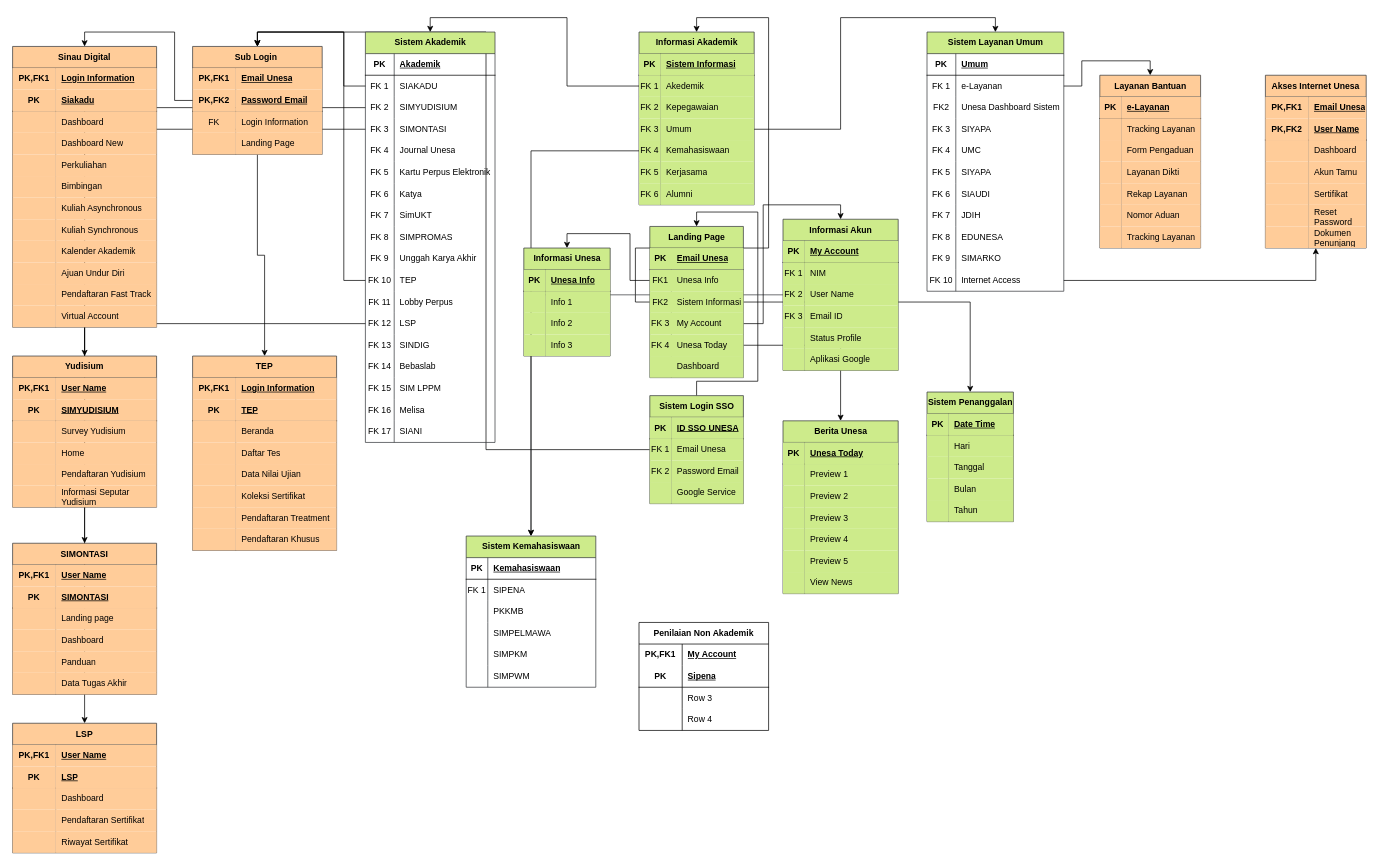
ahmad-fawaid/Systems-course-Accounting keeps this draw.io diagram as SSO.Model.drawio. Above is the earlier version. Source tidied: cells renumbered, new cells numbered last; positions are measured from the earlier drawing's top-left corner, leaving out a move shared by most shapes. Both pictures are drawn from the tidied source at 72%, with x=0, y=0 at pixel (12, 32).
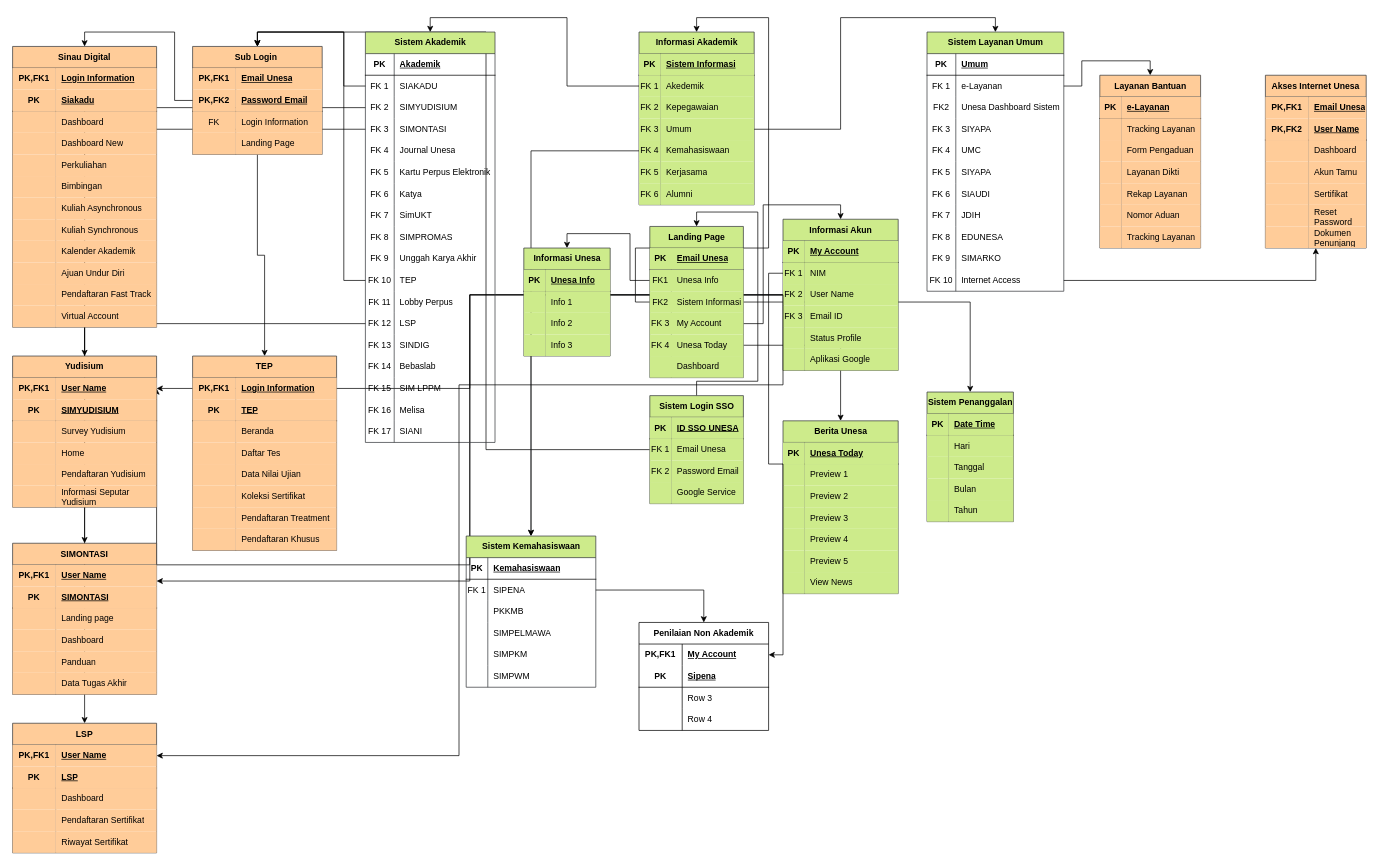
Above is the later version.

The change refers to these unchanged cells:
```xml
<mxCell id="98" value="Informasi Akun" style="shape=table;startSize=30;childLayout=tableLayout;rowLines=0;fontStyle=1;align=center;html=1;fillStyle=solid;fillColor=#cdeb8b;strokeColor=#36393d;" parent="1" vertex="1">
  <mxGeometry x="1070" y="260" width="160" height="210" as="geometry" />
</mxCell>
<mxCell id="102" style="shape=tableRow;horizontal=0;startSize=0;swimlaneHead=0;swimlaneBody=0;fillColor=none;points=[[0,0.5],[1,0.5]];portConstraint=eastwest;top=0;left=0;right=0;bottom=0;" parent="98" vertex="1">
  <mxGeometry y="60" width="160" height="30" as="geometry" />
</mxCell>
<mxCell id="105" style="shape=tableRow;horizontal=0;startSize=0;swimlaneHead=0;swimlaneBody=0;fillColor=none;points=[[0,0.5],[1,0.5]];portConstraint=eastwest;top=0;left=0;right=0;bottom=0;" parent="98" vertex="1">
  <mxGeometry y="90" width="160" height="30" as="geometry" />
</mxCell>
<mxCell id="197" style="shape=tableRow;horizontal=0;startSize=0;swimlaneHead=0;swimlaneBody=0;fillColor=none;points=[[0,0.5],[1,0.5]];portConstraint=eastwest;top=0;left=0;right=0;bottom=0;html=1;" parent="196" vertex="1">
  <mxGeometry y="30" width="200" height="30" as="geometry" />
</mxCell>
<mxCell id="215" value="SIMONTASI" style="shape=table;startSize=30;childLayout=tableLayout;rowLines=0;fontStyle=1;align=center;html=1;whiteSpace=wrap;fillColor=#ffcc99;strokeColor=#36393d;" parent="1" vertex="1">
  <mxGeometry y="710" width="200" height="210" as="geometry" />
</mxCell>
<mxCell id="234" value="LSP" style="shape=table;startSize=30;childLayout=tableLayout;rowLines=0;fontStyle=1;align=center;html=1;whiteSpace=wrap;fillColor=#ffcc99;strokeColor=#36393d;" parent="1" vertex="1">
  <mxGeometry y="960" width="200" height="180" as="geometry" />
</mxCell>
<mxCell id="398" style="shape=tableRow;horizontal=0;startSize=0;swimlaneHead=0;swimlaneBody=0;fillColor=none;points=[[0,0.5],[1,0.5]];portConstraint=eastwest;top=0;left=0;right=0;bottom=0;" parent="394" vertex="1">
  <mxGeometry y="60" width="180" height="30" as="geometry" />
</mxCell>
<mxCell id="426" value="Penilaian Non Akademik" style="shape=table;startSize=30;childLayout=tableLayout;rowLines=0;fontStyle=1;align=center;html=1;whiteSpace=wrap;" parent="1" vertex="1">
  <mxGeometry x="870" y="820" width="180" height="150" as="geometry" />
</mxCell>
<mxCell id="427" style="shape=tableRow;horizontal=0;startSize=0;swimlaneHead=0;swimlaneBody=0;fillColor=none;points=[[0,0.5],[1,0.5]];portConstraint=eastwest;top=0;left=0;right=0;bottom=0;html=1;" parent="426" vertex="1">
  <mxGeometry y="30" width="180" height="30" as="geometry" />
</mxCell>
```

The edit, as a diff of the source:
```diff
@@
+    <mxCell id="440" style="edgeStyle=orthogonalEdgeStyle;rounded=0;jettySize=auto;html=1;exitX=0;exitY=0.5;exitDx=0;exitDy=0;" parent="1" edge="1" source="105" target="197">
+      <mxGeometry relative="1" as="geometry" />
+    </mxCell>
+    <mxCell id="441" style="edgeStyle=orthogonalEdgeStyle;rounded=0;jettySize=auto;html=1;exitX=0;exitY=0.5;exitDx=0;exitDy=0;entryX=1;entryY=0.5;entryDx=0;entryDy=0;" parent="1" edge="1" source="98" target="197">
+      <mxGeometry relative="1" as="geometry">
+        <Array as="points">
+          <mxPoint x="635" y="365" />
+          <mxPoint x="635" y="740" />
+          <mxPoint x="200" y="740" />
+        </Array>
+      </mxGeometry>
+    </mxCell>
@@
+    <mxCell id="442" style="edgeStyle=orthogonalEdgeStyle;rounded=0;jettySize=auto;html=1;entryX=1;entryY=0.25;entryDx=0;entryDy=0;" parent="1" edge="1" source="98" target="215">
+      <mxGeometry relative="1" as="geometry">
+        <Array as="points">
+          <mxPoint x="635" y="365" />
+          <mxPoint x="635" y="762" />
+        </Array>
+      </mxGeometry>
+    </mxCell>
@@
+    <mxCell id="443" style="edgeStyle=orthogonalEdgeStyle;rounded=0;jettySize=auto;html=1;exitX=0;exitY=0.5;exitDx=0;exitDy=0;entryX=1;entryY=0.25;entryDx=0;entryDy=0;" parent="1" edge="1" source="105" target="234">
+      <mxGeometry relative="1" as="geometry">
+        <Array as="points">
+          <mxPoint x="1070" y="490" />
+          <mxPoint x="620" y="490" />
+          <mxPoint x="620" y="1005" />
+        </Array>
+      </mxGeometry>
+    </mxCell>
+    <mxCell id="444" style="edgeStyle=orthogonalEdgeStyle;rounded=0;jettySize=auto;html=1;exitX=0;exitY=0.5;exitDx=0;exitDy=0;" parent="1" edge="1" source="102" target="427">
+      <mxGeometry relative="1" as="geometry" />
+    </mxCell>
+    <mxCell id="445" style="edgeStyle=orthogonalEdgeStyle;rounded=0;jettySize=auto;html=1;exitX=1;exitY=0.5;exitDx=0;exitDy=0;entryX=0.5;entryY=0;entryDx=0;entryDy=0;" parent="1" edge="1" source="398" target="426">
+      <mxGeometry relative="1" as="geometry" />
+    </mxCell>
```
